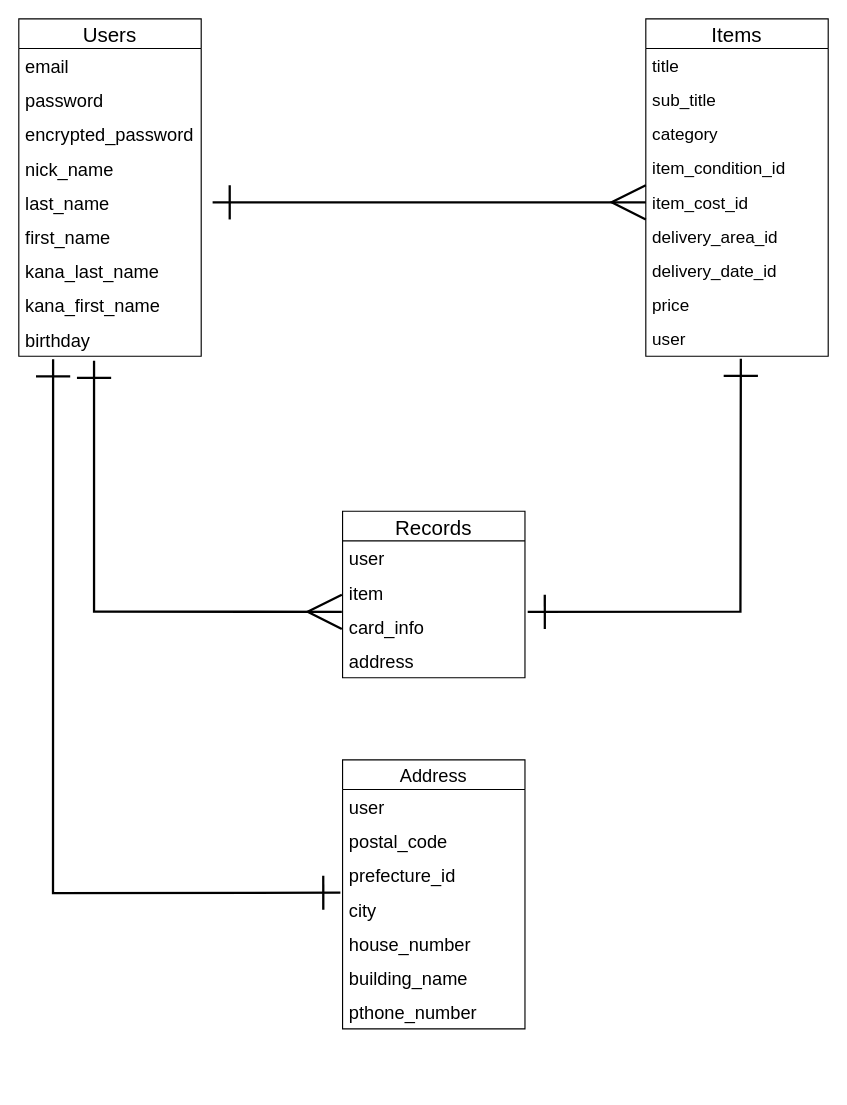
Before: test.dio in Ryo-Nogawa/furima-32062, a draw.io diagram. Source tidied: cells renumbered, new cells numbered last; positions are measured from the earlier drawing's top-left corner, leaving out a move shared by most shapes. Both pictures are drawn from the tidied source at 114%, with x=0, y=0 at pixel (18, 18).
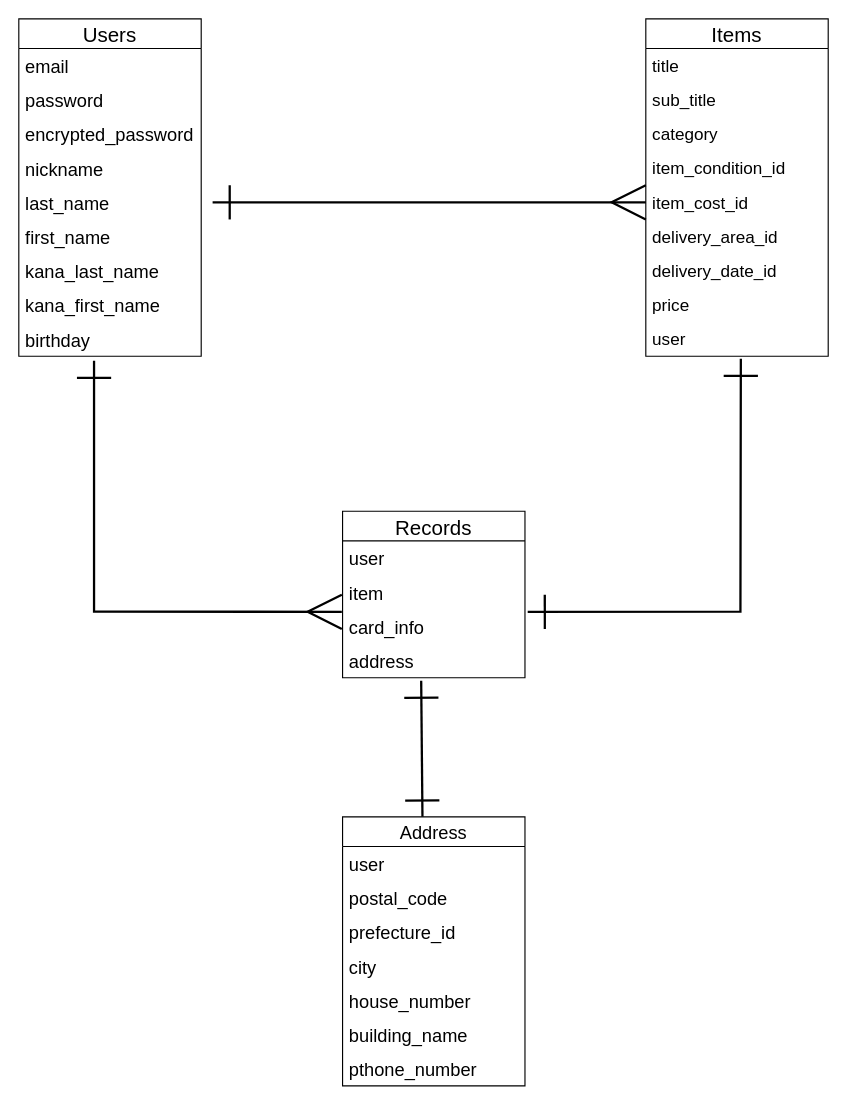
After the change.

Commit message (it also covers changes not shown here):
addressテーブルのアソシエーション変更

The change refers to these unchanged cells:
```xml
<mxCell id="12" value="Users" style="swimlane;fontStyle=0;horizontal=1;startSize=26;align=center;fontSize=18;" parent="1" vertex="1">
  <mxGeometry width="160" height="296" as="geometry" />
</mxCell>
<mxCell id="21" value="birthday" style="text;strokeColor=none;fillColor=none;spacingLeft=4;spacingRight=4;overflow=hidden;points=[[0,0.5],[1,0.5]];portConstraint=eastwest;fontSize=16;align=left;" parent="12" vertex="1">
  <mxGeometry y="266" width="160" height="30" as="geometry" />
</mxCell>
<mxCell id="27" value="address" style="text;strokeColor=none;fillColor=none;spacingLeft=4;spacingRight=4;overflow=hidden;points=[[0,0.5],[1,0.5]];portConstraint=eastwest;fontSize=16;" parent="23" vertex="1">
  <mxGeometry y="116" width="160" height="30" as="geometry" />
</mxCell>
<mxCell id="33" value="prefecture_id" style="text;strokeColor=none;fillColor=none;spacingLeft=4;spacingRight=4;overflow=hidden;points=[[0,0.5],[1,0.5]];portConstraint=eastwest;fontSize=16;" parent="30" vertex="1">
  <mxGeometry y="86" width="160" height="30" as="geometry" />
</mxCell>
```

What changed in the source:
```diff
@@
-    <mxCell id="16" value="nick_name" style="text;strokeColor=none;fillColor=none;spacingLeft=4;spacingRight=4;overflow=hidden;fontSize=16;align=left;" parent="12" vertex="1">
+    <mxCell id="16" value="nickname" style="text;strokeColor=none;fillColor=none;spacingLeft=4;spacingRight=4;overflow=hidden;fontSize=16;align=left;" parent="12" vertex="1">
       <mxGeometry y="116" width="160" height="30" as="geometry" />
     </mxCell>
@@
+    <mxCell id="38" style="endArrow=ERone;html=1;rounded=0;fontSize=16;exitX=0.431;exitY=1.087;exitDx=0;exitDy=0;exitPerimeter=0;strokeWidth=2;startArrow=ERone;startFill=0;endFill=0;endSize=27;startSize=27;entryX=0.438;entryY=0.003;entryDx=0;entryDy=0;entryPerimeter=0;" parent="1" edge="1" source="27" target="30">
+      <mxGeometry relative="1" as="geometry" />
+    </mxCell>
     <mxCell id="30" value="Address" style="swimlane;fontStyle=0;horizontal=1;startSize=26;align=center;fontSize=16;" parent="1" vertex="1">
-      <mxGeometry x="284" y="650" width="160" height="236" as="geometry" />
+      <mxGeometry x="284" y="700" width="160" height="236" as="geometry" />
     </mxCell>
@@
-    <mxCell id="38" style="endArrow=ERone;html=1;rounded=0;fontSize=16;exitX=0.188;exitY=1.087;exitDx=0;exitDy=0;exitPerimeter=0;entryX=-0.012;entryY=1.02;entryDx=0;entryDy=0;entryPerimeter=0;strokeWidth=2;startArrow=ERone;startFill=0;endFill=0;endSize=27;startSize=27;" parent="1" edge="1" source="21" target="33">
-      <mxGeometry relative="1" as="geometry">
-        <Array as="points">
-          <mxPoint x="30" y="767" />
-        </Array>
-      </mxGeometry>
-    </mxCell>
```
